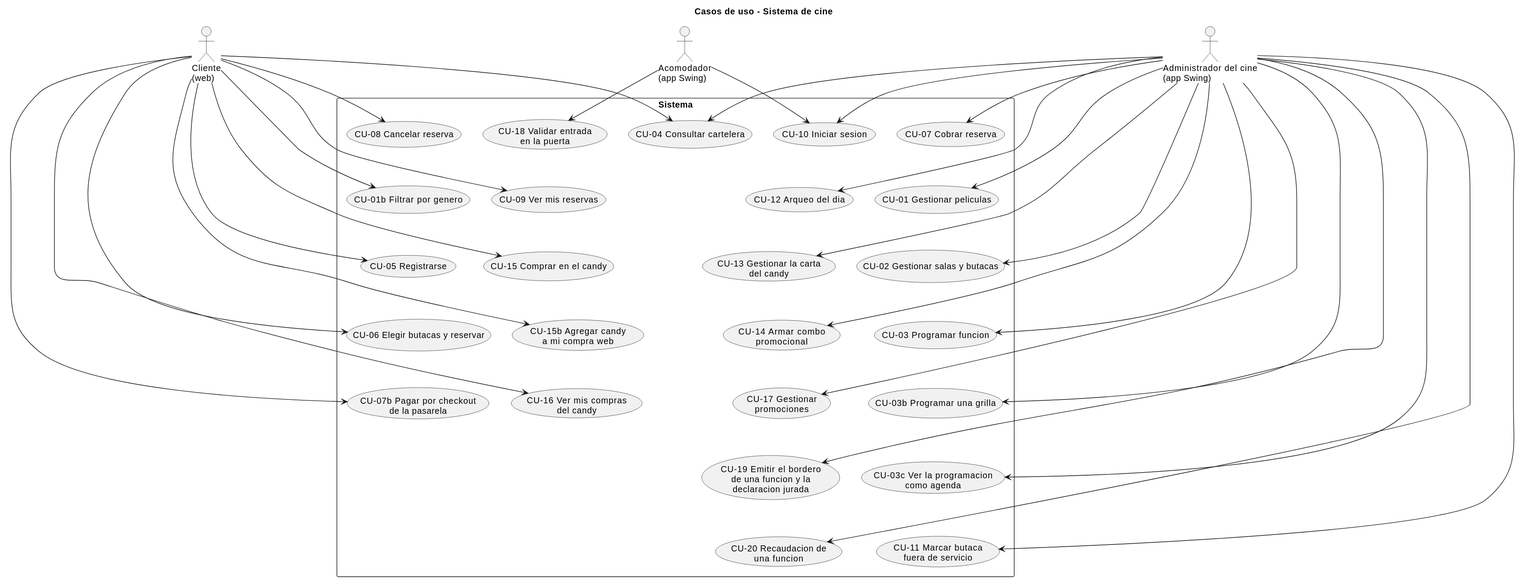
Earlier version of the PlantUML export _other/docs/diagramas/casos-de-uso.svg (andreiveisuade/cine-uade).
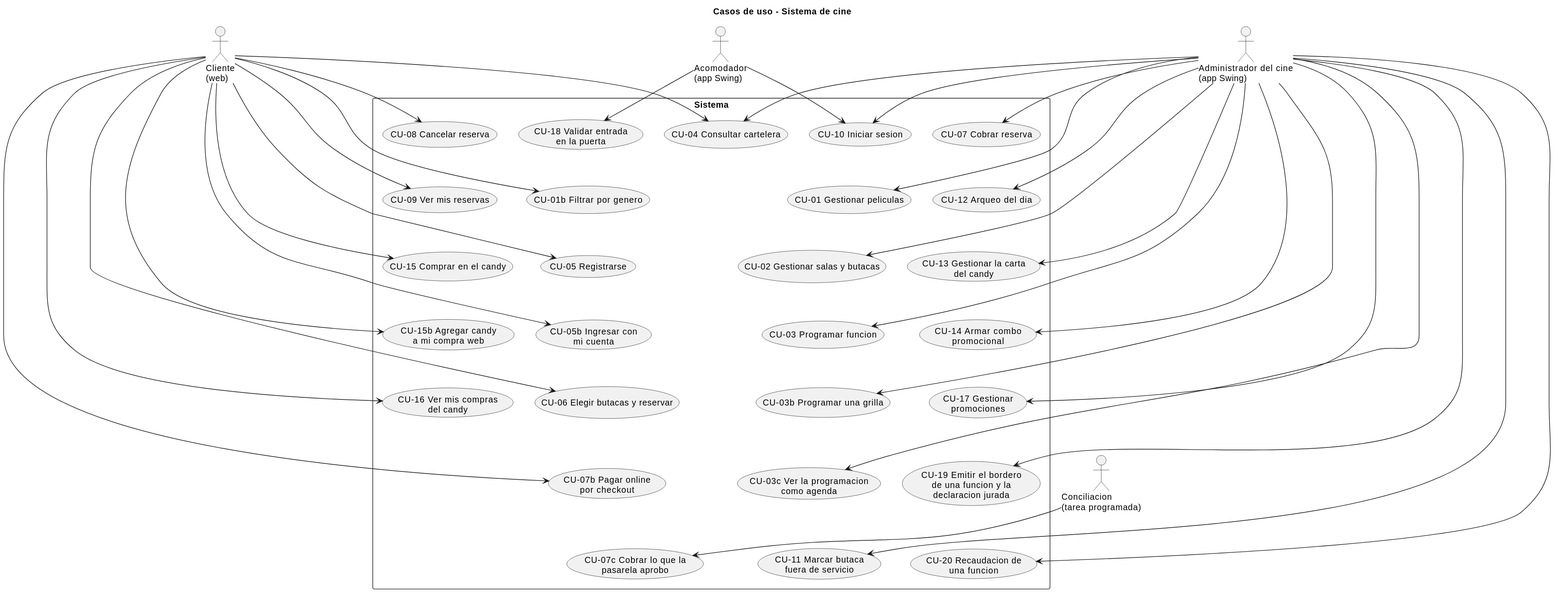
The same diagram one commit later.

Commit message:
docs(diagramas): casos de uso con ingreso de cliente y conciliacion de pagos

Change to the diagram source:
```diff
@@ -5,13 +5,16 @@
 actor "Cliente\n(web)" as cliente
 actor "Administrador del cine\n(app Swing)" as admin
 actor "Acomodador\n(app Swing)" as acomodador
+actor "Conciliacion\n(tarea programada)" as tarea
 
 rectangle Sistema {
   usecase "CU-04 Consultar cartelera" as CU04
   usecase "CU-01b Filtrar por genero" as CU01b
   usecase "CU-05 Registrarse" as CU05
+  usecase "CU-05b Ingresar con\nmi cuenta" as CU05b
   usecase "CU-06 Elegir butacas y reservar" as CU06
-  usecase "CU-07b Pagar por checkout\nde la pasarela" as CU07b
+  usecase "CU-07b Pagar online\npor checkout" as CU07b
+  usecase "CU-07c Cobrar lo que la\npasarela aprobo" as CU07c
   usecase "CU-08 Cancelar reserva" as CU08
   usecase "CU-09 Ver mis reservas" as CU09
   usecase "CU-15 Comprar en el candy" as CU15
@@ -35,8 +38,10 @@
 }
 CU04 -[hidden]down- CU01b
 CU01b -[hidden]down- CU05
-CU05 -[hidden]down- CU06
+CU05 -[hidden]down- CU05b
+CU05b -[hidden]down- CU06
 CU06 -[hidden]down- CU07b
+CU07b -[hidden]down- CU07c
 CU08 -[hidden]down- CU09
 CU09 -[hidden]down- CU15
 CU15 -[hidden]down- CU15b
@@ -56,6 +61,7 @@
 cliente --> CU04
 cliente --> CU01b
 cliente --> CU05
+cliente --> CU05b
 cliente --> CU06
 cliente --> CU08
 cliente --> CU09
@@ -80,5 +86,6 @@
 admin --> CU19
 admin --> CU20
 acomodador --> CU10
+tarea --> CU07c
 acomodador --> CU18
 @enduml
```
